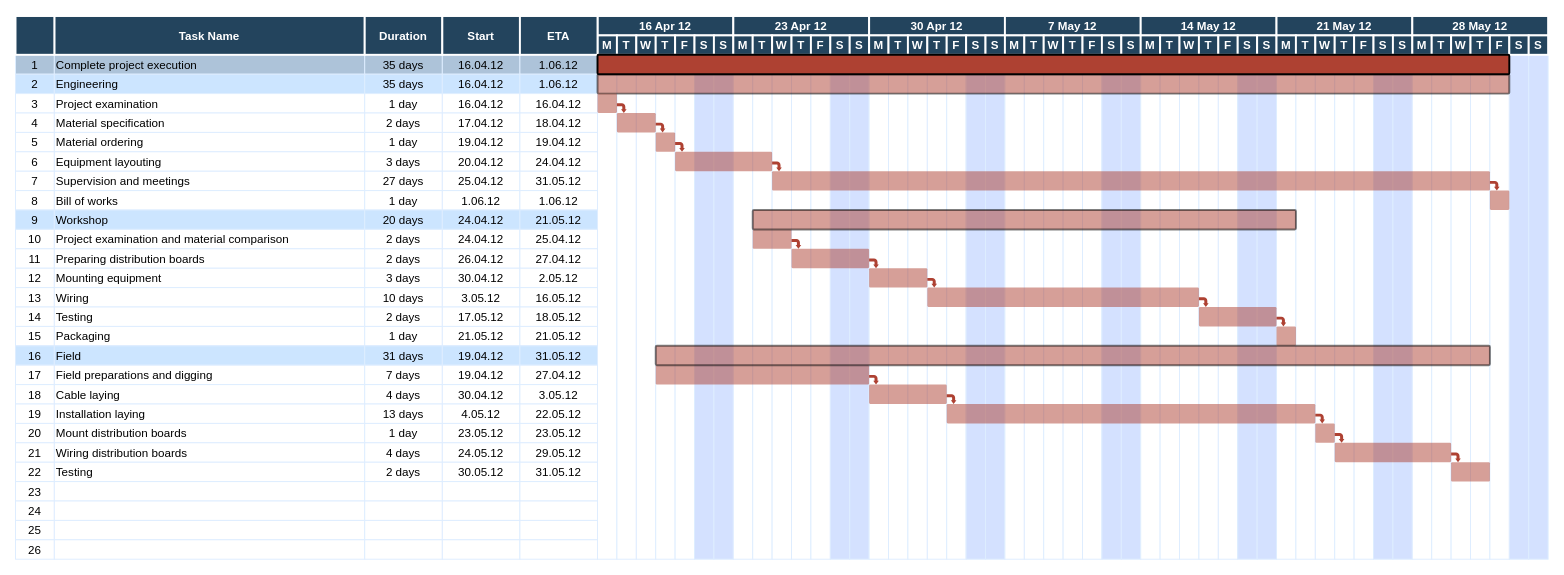
Earlier version of the draw.io diagram date.drawio (HHIn-c/test). Source tidied: cells renumbered, new cells numbered last; positions are measured from the earlier drawing's top-left corner, leaving out a move shared by most shapes. Both pictures are drawn from the tidied source at 97%, with x=0, y=0 at pixel (15, 16).
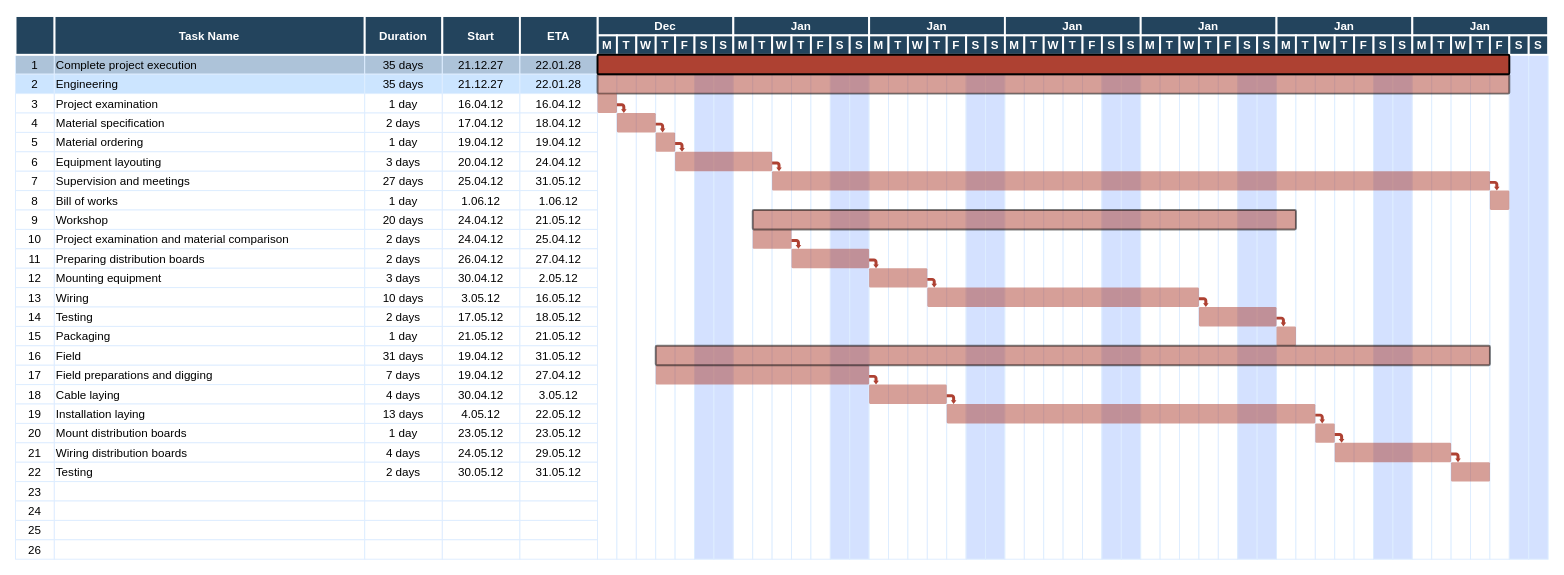
Above is the later version.

What changed in the source:
```diff
@@
-    <mxCell id="5" value="16.04.12" style="strokeColor=#DEEDFF;fillColor=#ADC3D9;" parent="1" vertex="1">
+    <mxCell id="5" value="21.12.27" style="strokeColor=#DEEDFF;fillColor=#ADC3D9;" parent="1" vertex="1">
       <mxGeometry x="440.5" y="40" width="80" height="20" as="geometry" />
     </mxCell>
-    <mxCell id="6" value="1.06.12" style="strokeColor=#DEEDFF;fillColor=#ADC3D9;" parent="1" vertex="1">
+    <mxCell id="6" value="22.01.28" style="strokeColor=#DEEDFF;fillColor=#ADC3D9;" parent="1" vertex="1">
       <mxGeometry x="520.5" y="40" width="80" height="20" as="geometry" />
     </mxCell>
@@
-    <mxCell id="11" value="16.04.12" style="strokeColor=#DEEDFF;fillColor=#CCE5FF;" parent="1" vertex="1">
+    <mxCell id="11" value="21.12.27" style="strokeColor=#DEEDFF;fillColor=#CCE5FF;" parent="1" vertex="1">
       <mxGeometry x="440.5" y="60" width="80" height="20" as="geometry" />
     </mxCell>
-    <mxCell id="12" value="1.06.12" style="strokeColor=#DEEDFF;fillColor=#CCE5FF;" parent="1" vertex="1">
+    <mxCell id="12" value="22.01.28" style="strokeColor=#DEEDFF;fillColor=#CCE5FF;" parent="1" vertex="1">
       <mxGeometry x="520.5" y="60" width="80" height="20" as="geometry" />
     </mxCell>
@@
-    <mxCell id="43" value="9" style="strokeColor=#DEEDFF;fillColor=#CCE5FF;" parent="1" vertex="1">
+    <mxCell id="43" value="9" style="strokeColor=#DEEDFF;fillColor=#FFFFFF;" parent="1" vertex="1">
       <mxGeometry x="0.5" y="200" width="40" height="20" as="geometry" />
     </mxCell>
-    <mxCell id="44" value="Workshop" style="align=left;strokeColor=#DEEDFF;fillColor=#CCE5FF;" parent="1" vertex="1">
+    <mxCell id="44" value="Workshop" style="align=left;strokeColor=#DEEDFF;fillColor=#FFFFFF;" parent="1" vertex="1">
       <mxGeometry x="40.5" y="200" width="320" height="20" as="geometry" />
     </mxCell>
-    <mxCell id="45" value="20 days" style="strokeColor=#DEEDFF;fillColor=#CCE5FF;" parent="1" vertex="1">
+    <mxCell id="45" value="20 days" style="strokeColor=#DEEDFF;fillColor=#FFFFFF;" parent="1" vertex="1">
       <mxGeometry x="360.5" y="200" width="80" height="20" as="geometry" />
     </mxCell>
-    <mxCell id="46" value="24.04.12" style="strokeColor=#DEEDFF;fillColor=#CCE5FF;" parent="1" vertex="1">
+    <mxCell id="46" value="24.04.12" style="strokeColor=#DEEDFF;fillColor=#FFFFFF;" parent="1" vertex="1">
       <mxGeometry x="440.5" y="200" width="80" height="20" as="geometry" />
     </mxCell>
-    <mxCell id="47" value="21.05.12" style="strokeColor=#DEEDFF;fillColor=#CCE5FF;" parent="1" vertex="1">
+    <mxCell id="47" value="21.05.12" style="strokeColor=#DEEDFF;fillColor=#FFFFFF;" parent="1" vertex="1">
       <mxGeometry x="520.5" y="200" width="80" height="20" as="geometry" />
     </mxCell>
@@
-    <mxCell id="78" value="16" style="strokeColor=#DEEDFF;fillColor=#CCE5FF;" parent="1" vertex="1">
+    <mxCell id="78" value="16" style="strokeColor=#DEEDFF;fillColor=#FFFFFF;" parent="1" vertex="1">
       <mxGeometry x="0.5" y="340" width="40" height="20" as="geometry" />
     </mxCell>
-    <mxCell id="79" value="Field" style="align=left;strokeColor=#DEEDFF;fillColor=#CCE5FF;" parent="1" vertex="1">
+    <mxCell id="79" value="Field" style="align=left;strokeColor=#DEEDFF;fillColor=#FFFFFF;" parent="1" vertex="1">
       <mxGeometry x="40.5" y="340" width="320" height="20" as="geometry" />
     </mxCell>
-    <mxCell id="80" value="31 days" style="strokeColor=#DEEDFF;fillColor=#CCE5FF;" parent="1" vertex="1">
+    <mxCell id="80" value="31 days" style="strokeColor=#DEEDFF;fillColor=#FFFFFF;" parent="1" vertex="1">
       <mxGeometry x="360.5" y="340" width="80" height="20" as="geometry" />
     </mxCell>
-    <mxCell id="81" value="19.04.12" style="strokeColor=#DEEDFF;fillColor=#CCE5FF;" parent="1" vertex="1">
+    <mxCell id="81" value="19.04.12" style="strokeColor=#DEEDFF;fillColor=#FFFFFF;" parent="1" vertex="1">
       <mxGeometry x="440.5" y="340" width="80" height="20" as="geometry" />
     </mxCell>
-    <mxCell id="82" value="31.05.12" style="strokeColor=#DEEDFF;fillColor=#CCE5FF;" parent="1" vertex="1">
+    <mxCell id="82" value="31.05.12" style="strokeColor=#DEEDFF;fillColor=#FFFFFF;" parent="1" vertex="1">
       <mxGeometry x="520.5" y="340" width="80" height="20" as="geometry" />
     </mxCell>
@@
-    <mxCell id="183" value="16 Apr 12" style="fillColor=#23445D;strokeColor=#FFFFFF;strokeWidth=2;fontColor=#FFFFFF;fontStyle=1;" parent="1" vertex="1">
+    <mxCell id="183" value="Dec" style="fillColor=#23445D;strokeColor=#FFFFFF;strokeWidth=2;fontColor=#FFFFFF;fontStyle=1;" parent="1" vertex="1">
       <mxGeometry x="600.5" width="140" height="20" as="geometry" />
     </mxCell>
@@
-    <mxCell id="194" value="23 Apr 12" style="fillColor=#23445D;strokeColor=#FFFFFF;strokeWidth=2;fontColor=#FFFFFF;fontStyle=1;" parent="1" vertex="1">
+    <mxCell id="194" value="Jan" style="fillColor=#23445D;strokeColor=#FFFFFF;strokeWidth=2;fontColor=#FFFFFF;fontStyle=1;" parent="1" vertex="1">
       <mxGeometry x="740.5" width="140" height="20" as="geometry" />
     </mxCell>
@@
-    <mxCell id="202" value="30 Apr 12" style="fillColor=#23445D;strokeColor=#FFFFFF;strokeWidth=2;fontColor=#FFFFFF;fontStyle=1;" parent="1" vertex="1">
+    <mxCell id="202" value="Jan" style="fillColor=#23445D;strokeColor=#FFFFFF;strokeWidth=2;fontColor=#FFFFFF;fontStyle=1;" parent="1" vertex="1">
       <mxGeometry x="880.5" width="140" height="20" as="geometry" />
     </mxCell>
@@
-    <mxCell id="210" value="7 May 12" style="fillColor=#23445D;strokeColor=#FFFFFF;strokeWidth=2;fontColor=#FFFFFF;fontStyle=1;" parent="1" vertex="1">
+    <mxCell id="210" value="Jan" style="fillColor=#23445D;strokeColor=#FFFFFF;strokeWidth=2;fontColor=#FFFFFF;fontStyle=1;" parent="1" vertex="1">
       <mxGeometry x="1020.5" width="140" height="20" as="geometry" />
     </mxCell>
@@
-    <mxCell id="218" value="14 May 12" style="fillColor=#23445D;strokeColor=#FFFFFF;strokeWidth=2;fontColor=#FFFFFF;fontStyle=1;" parent="1" vertex="1">
+    <mxCell id="218" value="Jan" style="fillColor=#23445D;strokeColor=#FFFFFF;strokeWidth=2;fontColor=#FFFFFF;fontStyle=1;" parent="1" vertex="1">
       <mxGeometry x="1160.5" width="140" height="20" as="geometry" />
     </mxCell>
@@
-    <mxCell id="226" value="21 May 12" style="fillColor=#23445D;strokeColor=#FFFFFF;strokeWidth=2;fontColor=#FFFFFF;fontStyle=1;" parent="1" vertex="1">
+    <mxCell id="226" value="Jan" style="fillColor=#23445D;strokeColor=#FFFFFF;strokeWidth=2;fontColor=#FFFFFF;fontStyle=1;" parent="1" vertex="1">
       <mxGeometry x="1300.5" width="140" height="20" as="geometry" />
     </mxCell>
@@
-    <mxCell id="234" value="28 May 12" style="fillColor=#23445D;strokeColor=#FFFFFF;strokeWidth=2;fontColor=#FFFFFF;fontStyle=1;" parent="1" vertex="1">
+    <mxCell id="234" value="Jan" style="fillColor=#23445D;strokeColor=#FFFFFF;strokeWidth=2;fontColor=#FFFFFF;fontStyle=1;" parent="1" vertex="1">
       <mxGeometry x="1440.5" width="140" height="20" as="geometry" />
     </mxCell>
```
